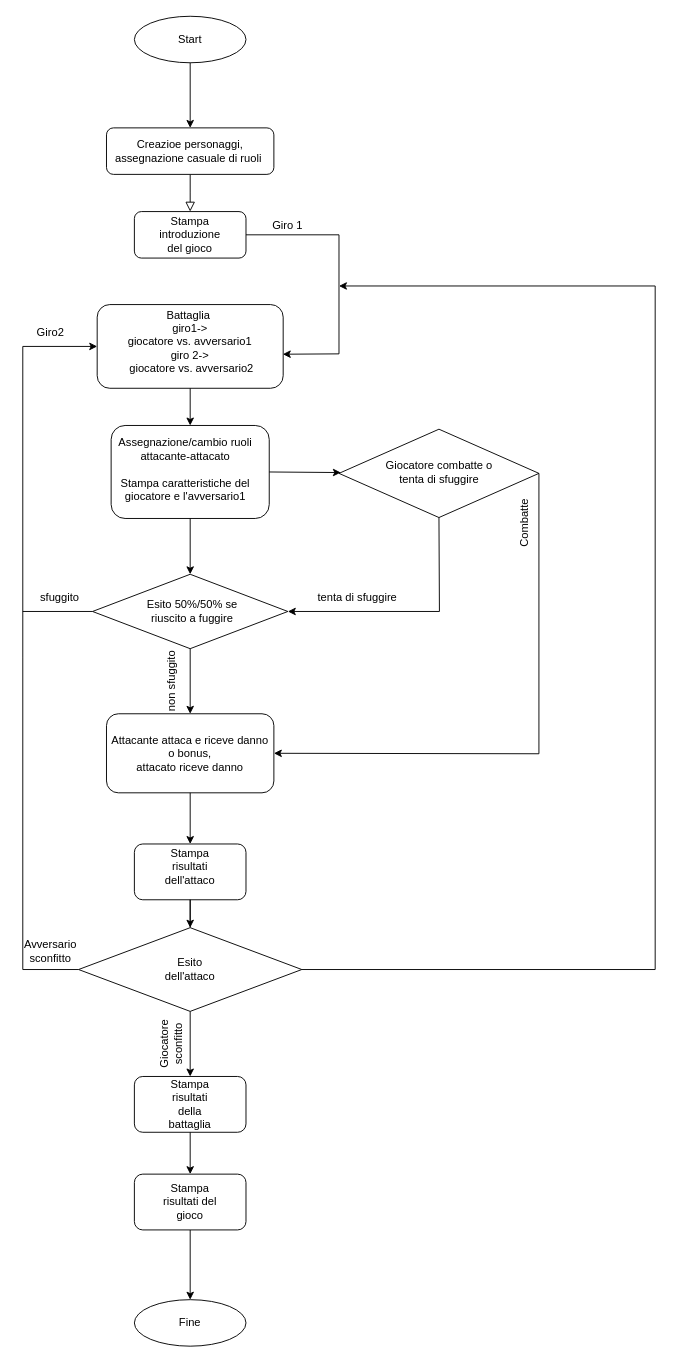
The draw.io diagram src/Untitled Diagram.drawio in IrynaMe/ProgettoGioco, before the edit. Source tidied: cells renumbered, new cells numbered last; positions are measured from the earlier drawing's top-left corner, leaving out a move shared by most shapes. Both pictures are drawn from the tidied source at 93%, with x=0, y=0 at pixel (22, 16).
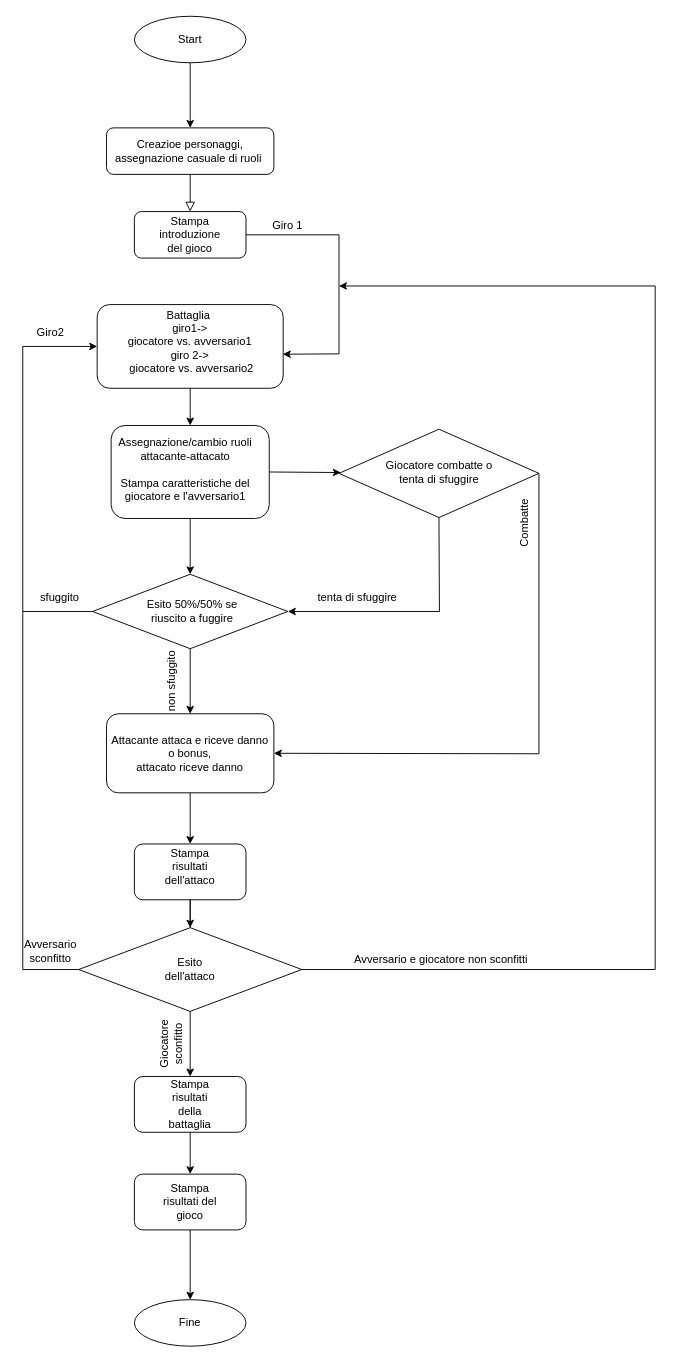
After the change.

Diff of the diagram source:
```diff
@@
+    <mxCell id="52" value="Avversario e giocatore non sconfitti" style="text;html=1;align=center;verticalAlign=middle;whiteSpace=wrap;rounded=0;" parent="1" vertex="1">
+      <mxGeometry x="350" y="1000" width="200" height="30" as="geometry" />
+    </mxCell>
```
